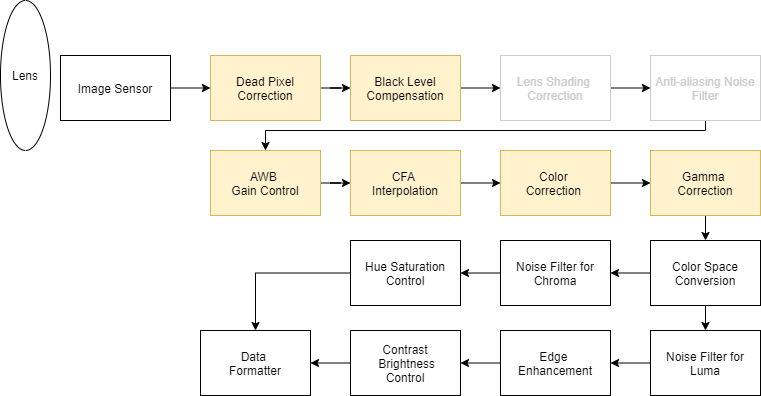
Before: image/isp_pipeline.png, a diagram exported from draw.io (lesialin/ImageSignalProcessing_C). Source tidied: cells renumbered, new cells last; positions are measured from the earlier drawing's top-left corner, leaving out a move shared by most shapes.
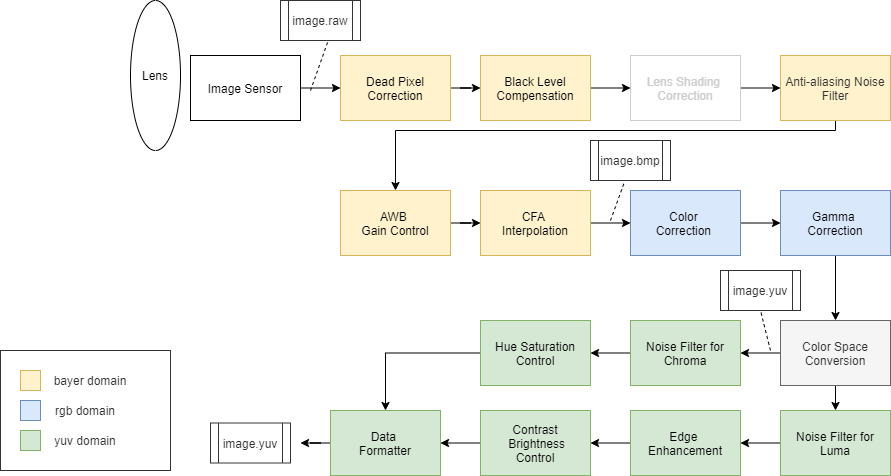
After the commit.

Change to the diagram source:
```diff
@@ -37,32 +37,32 @@
         </Array>
       </mxGeometry>
     </mxCell>
-    <mxCell id="12" value="&lt;font color=&quot;#cccccc&quot;&gt;Anti-aliasing Noise Filter&lt;/font&gt;" style="rounded=0;whiteSpace=wrap;html=1;strokeColor=#CCCCCC;" parent="1" vertex="1">
+    <mxCell id="12" value="&lt;font color=&quot;#333333&quot;&gt;Anti-aliasing Noise Filter&lt;/font&gt;" style="rounded=0;whiteSpace=wrap;html=1;strokeColor=#d6b656;fillColor=#fff2cc;" parent="1" vertex="1">
       <mxGeometry x="650" y="55" width="110" height="65" as="geometry" />
     </mxCell>
     <mxCell id="13" style="edgeStyle=orthogonalEdgeStyle;rounded=0;jettySize=auto;html=1;entryX=0;entryY=0.5;entryDx=0;entryDy=0;" parent="1" edge="1" source="14" target="16">
       <mxGeometry relative="1" as="geometry" />
     </mxCell>
     <mxCell id="14" value="AWB&amp;nbsp;&lt;br&gt;Gain Control" style="rounded=0;whiteSpace=wrap;html=1;fillColor=#fff2cc;strokeColor=#d6b656;" parent="1" vertex="1">
-      <mxGeometry x="210" y="150" width="110" height="65" as="geometry" />
+      <mxGeometry x="210" y="190" width="110" height="65" as="geometry" />
     </mxCell>
     <mxCell id="15" style="edgeStyle=orthogonalEdgeStyle;rounded=0;jettySize=auto;html=1;exitX=1;exitY=0.5;exitDx=0;exitDy=0;entryX=0;entryY=0.5;entryDx=0;entryDy=0;" parent="1" edge="1" source="16" target="20">
       <mxGeometry relative="1" as="geometry" />
     </mxCell>
     <mxCell id="16" value="CFA &lt;br&gt;Interpolation" style="rounded=0;whiteSpace=wrap;html=1;fillColor=#fff2cc;strokeColor=#d6b656;" parent="1" vertex="1">
-      <mxGeometry x="350" y="150" width="110" height="65" as="geometry" />
+      <mxGeometry x="350" y="190" width="110" height="65" as="geometry" />
     </mxCell>
     <mxCell id="17" style="edgeStyle=orthogonalEdgeStyle;rounded=0;jettySize=auto;html=1;exitX=0.5;exitY=1;exitDx=0;exitDy=0;entryX=0.5;entryY=0;entryDx=0;entryDy=0;" parent="1" edge="1" source="18" target="23">
       <mxGeometry relative="1" as="geometry" />
     </mxCell>
-    <mxCell id="18" value="Gamma &lt;br&gt;Correction" style="rounded=0;whiteSpace=wrap;html=1;fillColor=#fff2cc;strokeColor=#d6b656;" parent="1" vertex="1">
-      <mxGeometry x="650" y="150" width="110" height="65" as="geometry" />
+    <mxCell id="18" value="Gamma &lt;br&gt;Correction" style="rounded=0;whiteSpace=wrap;html=1;fillColor=#dae8fc;strokeColor=#6c8ebf;" parent="1" vertex="1">
+      <mxGeometry x="650" y="190" width="110" height="65" as="geometry" />
     </mxCell>
     <mxCell id="19" style="edgeStyle=orthogonalEdgeStyle;rounded=0;jettySize=auto;html=1;entryX=0;entryY=0.5;entryDx=0;entryDy=0;" parent="1" edge="1" source="20" target="18">
       <mxGeometry relative="1" as="geometry" />
     </mxCell>
-    <mxCell id="20" value="Color &lt;br&gt;Correction&amp;nbsp;" style="rounded=0;whiteSpace=wrap;html=1;fillColor=#fff2cc;strokeColor=#d6b656;" parent="1" vertex="1">
-      <mxGeometry x="500" y="150" width="110" height="65" as="geometry" />
+    <mxCell id="20" value="Color &lt;br&gt;Correction&amp;nbsp;" style="rounded=0;whiteSpace=wrap;html=1;fillColor=#dae8fc;strokeColor=#6c8ebf;" parent="1" vertex="1">
+      <mxGeometry x="500" y="190" width="110" height="65" as="geometry" />
     </mxCell>
     <mxCell id="21" style="edgeStyle=orthogonalEdgeStyle;rounded=0;jettySize=auto;html=1;entryX=1;entryY=0.5;entryDx=0;entryDy=0;" parent="1" edge="1" source="23" target="26">
       <mxGeometry relative="1" as="geometry" />
@@ -70,8 +70,8 @@
     <mxCell id="22" style="edgeStyle=orthogonalEdgeStyle;rounded=0;jettySize=auto;html=1;exitX=0.5;exitY=1;exitDx=0;exitDy=0;entryX=0.5;entryY=0;entryDx=0;entryDy=0;" parent="1" edge="1" source="23" target="30">
       <mxGeometry relative="1" as="geometry" />
     </mxCell>
-    <mxCell id="23" value="Color Space Conversion" style="rounded=0;whiteSpace=wrap;html=1;" parent="1" vertex="1">
-      <mxGeometry x="650" y="240" width="110" height="65" as="geometry" />
+    <mxCell id="23" value="Color Space Conversion" style="rounded=0;whiteSpace=wrap;html=1;fillColor=#f5f5f5;strokeColor=#666666;fontColor=#333333;" parent="1" vertex="1">
+      <mxGeometry x="650" y="320" width="110" height="65" as="geometry" />
     </mxCell>
     <mxCell id="24" style="edgeStyle=orthogonalEdgeStyle;rounded=0;orthogonalLoop=1;jettySize=auto;html=1;exitX=0.5;exitY=1;exitDx=0;exitDy=0;" parent="1" edge="1" source="8" target="8">
       <mxGeometry relative="1" as="geometry" />
@@ -79,35 +79,91 @@
     <mxCell id="25" style="edgeStyle=orthogonalEdgeStyle;rounded=0;jettySize=auto;html=1;" parent="1" edge="1" source="26" target="28">
       <mxGeometry relative="1" as="geometry" />
     </mxCell>
-    <mxCell id="26" value="Noise Filter for Chroma" style="rounded=0;whiteSpace=wrap;html=1;" parent="1" vertex="1">
-      <mxGeometry x="500" y="240" width="110" height="65" as="geometry" />
+    <mxCell id="26" value="Noise Filter for Chroma" style="rounded=0;whiteSpace=wrap;html=1;fillColor=#d5e8d4;strokeColor=#82b366;" parent="1" vertex="1">
+      <mxGeometry x="500" y="320" width="110" height="65" as="geometry" />
     </mxCell>
     <mxCell id="27" style="edgeStyle=orthogonalEdgeStyle;rounded=0;jettySize=auto;html=1;entryX=0.5;entryY=0;entryDx=0;entryDy=0;" parent="1" edge="1" source="28" target="35">
       <mxGeometry relative="1" as="geometry" />
     </mxCell>
-    <mxCell id="28" value="Hue Saturation Control" style="rounded=0;whiteSpace=wrap;html=1;" parent="1" vertex="1">
-      <mxGeometry x="350" y="240" width="110" height="65" as="geometry" />
+    <mxCell id="28" value="Hue Saturation Control" style="rounded=0;whiteSpace=wrap;html=1;fillColor=#d5e8d4;strokeColor=#82b366;" parent="1" vertex="1">
+      <mxGeometry x="350" y="320" width="110" height="65" as="geometry" />
     </mxCell>
     <mxCell id="29" style="edgeStyle=orthogonalEdgeStyle;rounded=0;jettySize=auto;html=1;exitX=0;exitY=0.5;exitDx=0;exitDy=0;entryX=1;entryY=0.5;entryDx=0;entryDy=0;" parent="1" edge="1" source="30" target="32">
       <mxGeometry relative="1" as="geometry" />
     </mxCell>
-    <mxCell id="30" value="Noise Filter for Luma" style="rounded=0;whiteSpace=wrap;html=1;" parent="1" vertex="1">
-      <mxGeometry x="650" y="330" width="110" height="65" as="geometry" />
+    <mxCell id="30" value="Noise Filter for Luma" style="rounded=0;whiteSpace=wrap;html=1;fillColor=#d5e8d4;strokeColor=#82b366;" parent="1" vertex="1">
+      <mxGeometry x="650" y="410" width="110" height="65" as="geometry" />
     </mxCell>
     <mxCell id="31" style="edgeStyle=orthogonalEdgeStyle;rounded=0;jettySize=auto;html=1;exitX=0;exitY=0.5;exitDx=0;exitDy=0;entryX=1;entryY=0.5;entryDx=0;entryDy=0;" parent="1" edge="1" source="32" target="34">
       <mxGeometry relative="1" as="geometry" />
     </mxCell>
-    <mxCell id="32" value="Edge &lt;br&gt;Enhancement" style="rounded=0;whiteSpace=wrap;html=1;" parent="1" vertex="1">
-      <mxGeometry x="500" y="330" width="110" height="65" as="geometry" />
+    <mxCell id="32" value="Edge &lt;br&gt;Enhancement" style="rounded=0;whiteSpace=wrap;html=1;fillColor=#d5e8d4;strokeColor=#82b366;" parent="1" vertex="1">
+      <mxGeometry x="500" y="410" width="110" height="65" as="geometry" />
     </mxCell>
     <mxCell id="33" style="edgeStyle=orthogonalEdgeStyle;rounded=0;jettySize=auto;html=1;entryX=1;entryY=0.5;entryDx=0;entryDy=0;" parent="1" edge="1" source="34" target="35">
       <mxGeometry relative="1" as="geometry" />
     </mxCell>
-    <mxCell id="34" value="Contrast&lt;br&gt;&amp;nbsp;Brightness&lt;br&gt;Control" style="rounded=0;whiteSpace=wrap;html=1;" parent="1" vertex="1">
-      <mxGeometry x="350" y="330" width="110" height="65" as="geometry" />
+    <mxCell id="34" value="Contrast&lt;br&gt;&amp;nbsp;Brightness&lt;br&gt;Control" style="rounded=0;whiteSpace=wrap;html=1;fillColor=#d5e8d4;strokeColor=#82b366;" parent="1" vertex="1">
+      <mxGeometry x="350" y="410" width="110" height="65" as="geometry" />
     </mxCell>
+    <mxCell id="36" style="edgeStyle=orthogonalEdgeStyle;rounded=0;jettySize=auto;html=1;fontColor=#333333;" parent="1" edge="1" source="35">
+      <mxGeometry relative="1" as="geometry">
+        <mxPoint x="170" y="442.5" as="targetPoint" />
+      </mxGeometry>
+    </mxCell>
-    <mxCell id="35" value="Data&amp;nbsp;&lt;br&gt;Formatter" style="rounded=0;whiteSpace=wrap;html=1;" parent="1" vertex="1">
-      <mxGeometry x="200" y="330" width="110" height="65" as="geometry" />
+    <mxCell id="35" value="Data&amp;nbsp;&lt;br&gt;Formatter" style="rounded=0;whiteSpace=wrap;html=1;fillColor=#d5e8d4;strokeColor=#82b366;" parent="1" vertex="1">
+      <mxGeometry x="200" y="410" width="110" height="65" as="geometry" />
     </mxCell>
+    <mxCell id="37" value="image.raw" style="shape=process;whiteSpace=wrap;html=1;backgroundOutline=1;fontColor=#333333;strokeColor=#333333;" parent="1" vertex="1">
+      <mxGeometry x="150" width="80" height="40" as="geometry" />
+    </mxCell>
+    <mxCell id="38" style="endArrow=none;dashed=1;html=1;rounded=0;fontColor=#333333;entryX=0.6;entryY=0.983;entryDx=0;entryDy=0;entryPerimeter=0;" parent="1" edge="1" target="37">
+      <mxGeometry relative="1" as="geometry">
+        <mxPoint x="180" y="90" as="sourcePoint" />
+      </mxGeometry>
+    </mxCell>
+    <mxCell id="39" value="image.bmp" style="shape=process;whiteSpace=wrap;html=1;backgroundOutline=1;fontColor=#333333;strokeColor=#333333;" parent="1" vertex="1">
+      <mxGeometry x="460" y="140" width="80" height="40" as="geometry" />
+    </mxCell>
+    <mxCell id="40" style="endArrow=none;dashed=1;html=1;rounded=0;fontColor=#333333;entryX=0.425;entryY=1.033;entryDx=0;entryDy=0;entryPerimeter=0;" parent="1" edge="1" target="39">
+      <mxGeometry relative="1" as="geometry">
+        <mxPoint x="480" y="220" as="sourcePoint" />
+      </mxGeometry>
+    </mxCell>
+    <mxCell id="41" value="image.yuv" style="shape=process;whiteSpace=wrap;html=1;backgroundOutline=1;fontColor=#333333;strokeColor=#333333;" parent="1" vertex="1">
+      <mxGeometry x="590" y="270" width="80" height="40" as="geometry" />
+    </mxCell>
+    <mxCell id="42" style="endArrow=none;dashed=1;html=1;rounded=0;fontColor=#333333;entryX=0.5;entryY=1;entryDx=0;entryDy=0;" parent="1" edge="1" target="41">
+      <mxGeometry relative="1" as="geometry">
+        <mxPoint x="640" y="350" as="sourcePoint" />
+      </mxGeometry>
+    </mxCell>
+    <mxCell id="43" value="image.yuv" style="shape=process;whiteSpace=wrap;html=1;backgroundOutline=1;fontColor=#333333;strokeColor=#333333;" parent="1" vertex="1">
+      <mxGeometry x="80" y="422.5" width="80" height="40" as="geometry" />
+    </mxCell>
+    <mxCell id="44" style="group;" parent="1" vertex="1">
+      <mxGeometry x="-130" y="350" width="170" height="120" as="geometry" />
+    </mxCell>
+    <mxCell id="45" style="rounded=0;whiteSpace=wrap;html=1;fontColor=#333333;strokeColor=#333333;" parent="44" vertex="1">
+      <mxGeometry width="170" height="120" as="geometry" />
+    </mxCell>
+    <mxCell id="46" style="rounded=0;whiteSpace=wrap;html=1;strokeColor=#d6b656;fillColor=#fff2cc;" parent="44" vertex="1">
+      <mxGeometry x="20" y="20" width="20" height="20" as="geometry" />
+    </mxCell>
+    <mxCell id="47" style="rounded=0;whiteSpace=wrap;html=1;strokeColor=#6c8ebf;fillColor=#dae8fc;" parent="44" vertex="1">
+      <mxGeometry x="20" y="50" width="20" height="20" as="geometry" />
+    </mxCell>
+    <mxCell id="48" style="rounded=0;whiteSpace=wrap;html=1;strokeColor=#82b366;fillColor=#d5e8d4;" parent="44" vertex="1">
+      <mxGeometry x="20" y="80" width="20" height="20" as="geometry" />
+    </mxCell>
+    <mxCell id="49" value="bayer domain" style="text;html=1;strokeColor=none;fillColor=none;align=center;verticalAlign=middle;whiteSpace=wrap;rounded=0;fontColor=#333333;" parent="44" vertex="1">
+      <mxGeometry x="40" y="15" width="100" height="30" as="geometry" />
+    </mxCell>
+    <mxCell id="50" value="rgb domain" style="text;html=1;strokeColor=none;fillColor=none;align=center;verticalAlign=middle;whiteSpace=wrap;rounded=0;fontColor=#333333;" parent="44" vertex="1">
+      <mxGeometry x="35" y="45" width="100" height="30" as="geometry" />
+    </mxCell>
+    <mxCell id="51" value="yuv domain" style="text;html=1;strokeColor=none;fillColor=none;align=center;verticalAlign=middle;whiteSpace=wrap;rounded=0;fontColor=#333333;" parent="44" vertex="1">
+      <mxGeometry x="35" y="75" width="100" height="30" as="geometry" />
+    </mxCell>
   </root>
 </mxGraphModel>
```
